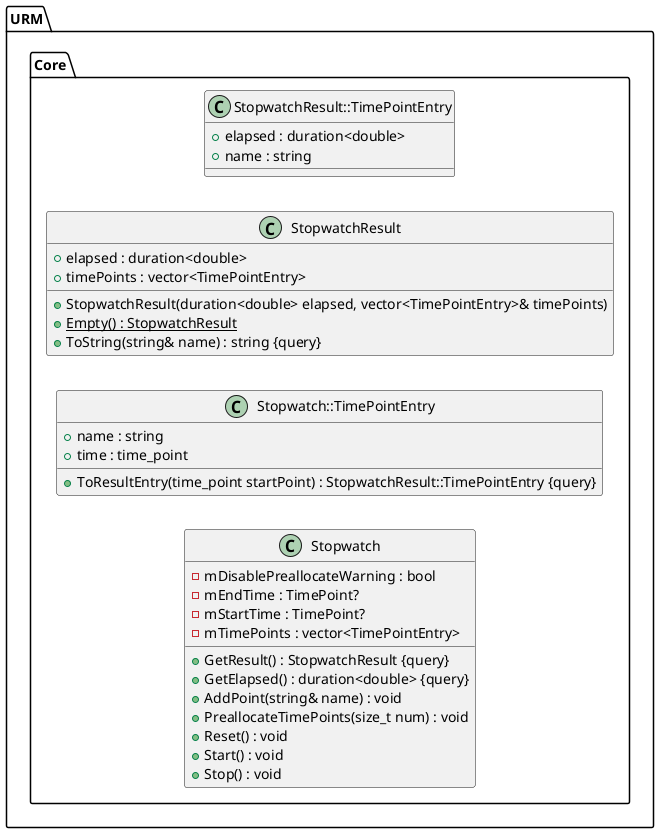
The PlantUML diagram Latex/images/UML/stopwatch.png in MinikPLayer/MasterThesis_UniversalRenderingModule_D3D11, before a commit.
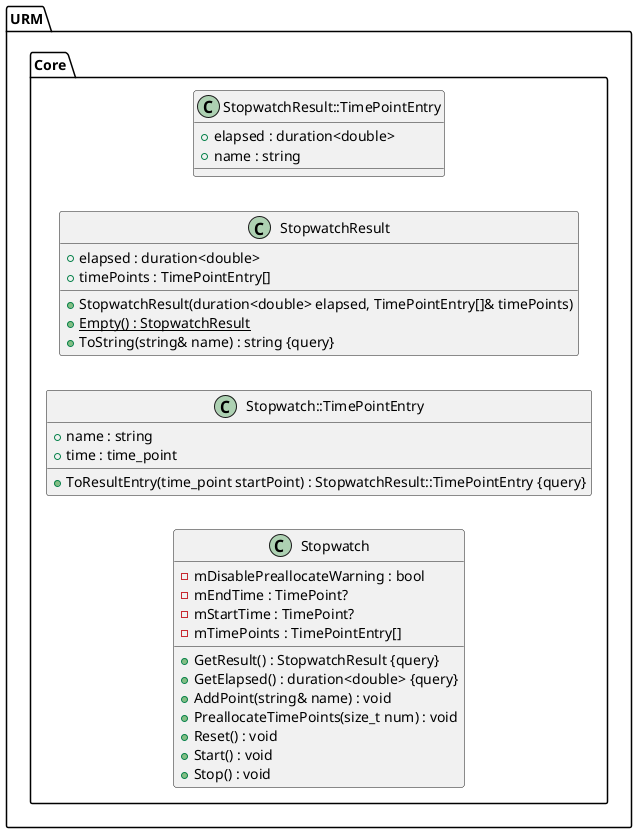
After the commit.

What changed in the source:
```diff
@@ -14,7 +14,7 @@
 			+GetElapsed() : duration<double> {query}
 			-mEndTime : TimePoint?
 			-mStartTime : TimePoint?
-			-mTimePoints : vector<TimePointEntry>
+			-mTimePoints : TimePointEntry[]
 			+AddPoint(string& name) : void
 			+PreallocateTimePoints(size_t num) : void
 			+Reset() : void
@@ -29,11 +29,11 @@
 		}
 
 		class StopwatchResult {
-			+StopwatchResult(duration<double> elapsed, vector<TimePointEntry>& timePoints)
+			+StopwatchResult(duration<double> elapsed, TimePointEntry[]& timePoints)
 			+{static} Empty() : StopwatchResult
 			+elapsed : duration<double>
 			+ToString(string& name) : string {query}
-			+timePoints : vector<TimePointEntry>
+			+timePoints : TimePointEntry[]
 		}
 
 		class StopwatchResult::TimePointEntry {
```
